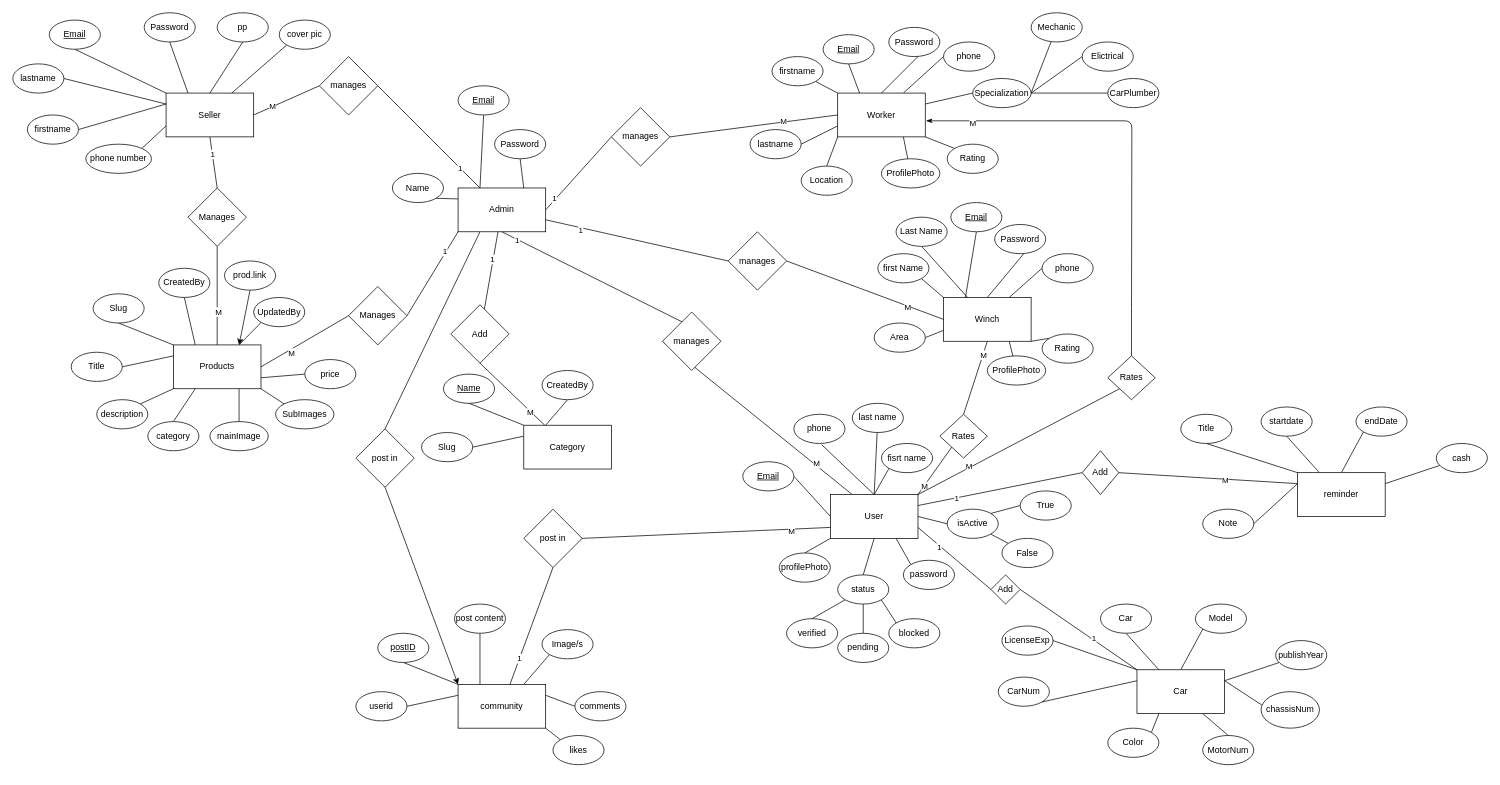
Above: ERD1.drawio in wello88/carMate-backend (draw.io), before the change. Source tidied: cells renumbered, new cells numbered last; positions are measured from the earlier drawing's top-left corner, leaving out a move shared by most shapes. Both pictures are drawn from the tidied source at 73%, with x=0, y=0 at pixel (12, 12).
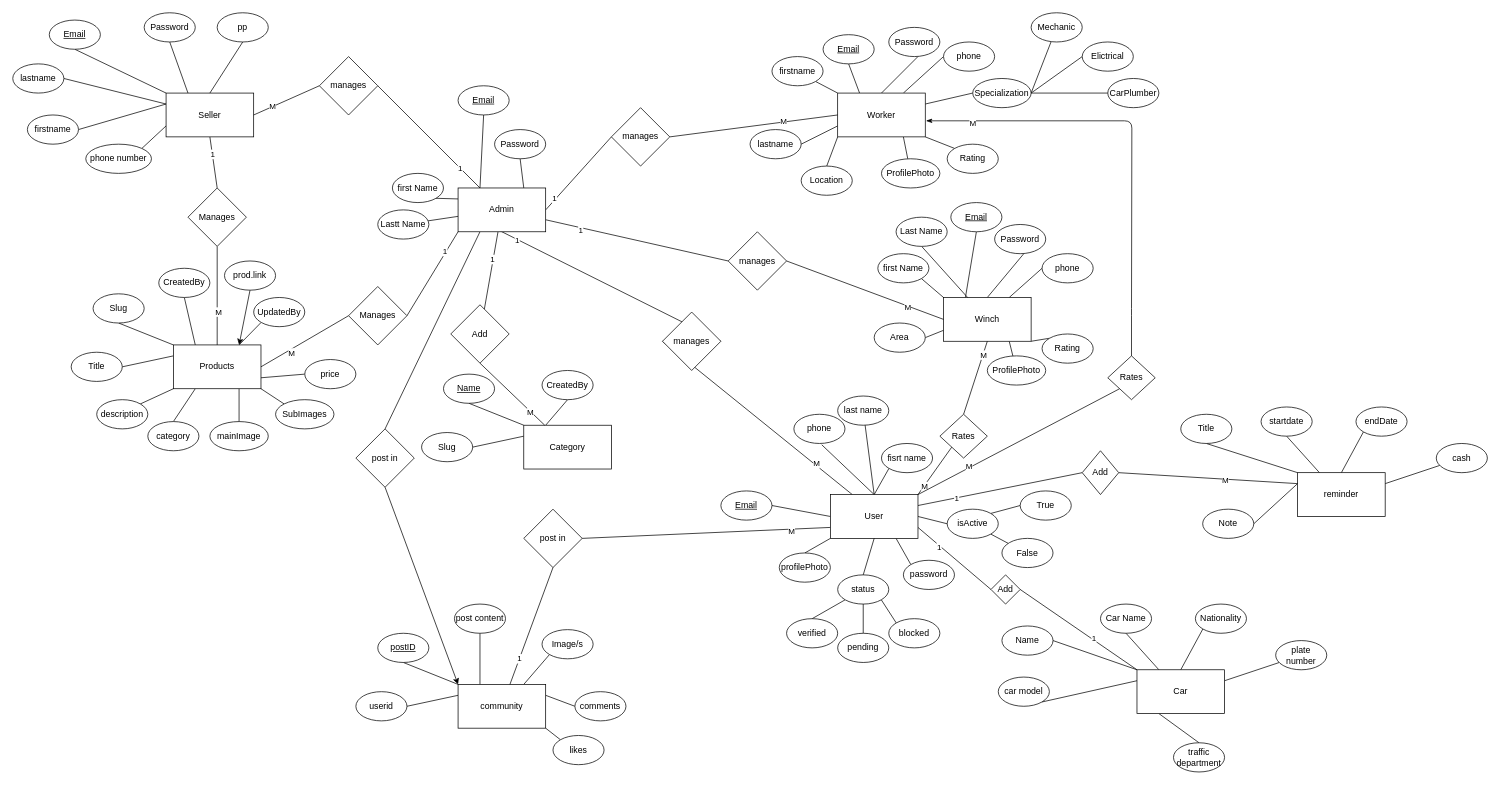
The same page after the edit.

The change refers to these unchanged cells:
```xml
<mxCell id="18" value="Admin" style="rounded=0;whiteSpace=wrap;html=1;" parent="1" vertex="1">
  <mxGeometry x="610" y="240" width="120" height="60" as="geometry" />
</mxCell>
<mxCell id="103" value="Seller" style="rounded=0;whiteSpace=wrap;html=1;" parent="1" vertex="1">
  <mxGeometry x="210" y="110" width="120" height="60" as="geometry" />
</mxCell>
<mxCell id="141" value="Car" style="rounded=0;whiteSpace=wrap;html=1;" parent="1" vertex="1">
  <mxGeometry x="1540" y="900" width="120" height="60" as="geometry" />
</mxCell>
```

The edit, as a diff of the source:
```diff
@@
-    <mxCell id="20" value="Name" style="ellipse;whiteSpace=wrap;html=1;" parent="1" vertex="1">
+    <mxCell id="20" value="first Name" style="ellipse;whiteSpace=wrap;html=1;" parent="1" vertex="1">
       <mxGeometry x="520" y="220" width="70" height="40" as="geometry" />
     </mxCell>
@@
     <mxCell id="42" value="&lt;u&gt;Email&lt;/u&gt;" style="ellipse;whiteSpace=wrap;html=1;" parent="1" vertex="1">
-      <mxGeometry x="1000" y="615" width="70" height="40" as="geometry" />
+      <mxGeometry x="970" y="655" width="70" height="40" as="geometry" />
     </mxCell>
@@
-    <mxCell id="138" style="edgeStyle=none;html=1;exitX=1;exitY=0.25;exitDx=0;exitDy=0;entryX=0.014;entryY=0.367;entryDx=0;entryDy=0;entryPerimeter=0;strokeColor=default;endArrow=none;endFill=0;" parent="1" edge="1" source="141" target="147">
-      <mxGeometry relative="1" as="geometry" />
-    </mxCell>
-    <mxCell id="139" style="edgeStyle=none;html=1;exitX=0.25;exitY=1;exitDx=0;exitDy=0;entryX=1;entryY=0;entryDx=0;entryDy=0;strokeColor=default;endArrow=none;endFill=0;" parent="1" edge="1" source="141" target="149">
+    <mxCell id="139" style="edgeStyle=none;html=1;exitX=0.25;exitY=1;exitDx=0;exitDy=0;entryX=0.5;entryY=0;entryDx=0;entryDy=0;strokeColor=default;endArrow=none;endFill=0;" parent="1" edge="1" source="141" target="149">
       <mxGeometry relative="1" as="geometry" />
     </mxCell>
-    <mxCell id="140" style="edgeStyle=none;html=1;exitX=0.75;exitY=1;exitDx=0;exitDy=0;entryX=0.5;entryY=0;entryDx=0;entryDy=0;strokeColor=default;endArrow=none;endFill=0;" parent="1" edge="1" source="141" target="148">
-      <mxGeometry relative="1" as="geometry" />
-    </mxCell>
@@
-    <mxCell id="142" value="LicenseExp" style="ellipse;whiteSpace=wrap;html=1;" parent="1" vertex="1">
+    <mxCell id="142" value="Name" style="ellipse;whiteSpace=wrap;html=1;" parent="1" vertex="1">
       <mxGeometry x="1355" y="840" width="70" height="40" as="geometry" />
     </mxCell>
-    <mxCell id="143" value="CarNum" style="ellipse;whiteSpace=wrap;html=1;" parent="1" vertex="1">
+    <mxCell id="143" value="car model" style="ellipse;whiteSpace=wrap;html=1;" parent="1" vertex="1">
       <mxGeometry x="1350" y="910" width="70" height="40" as="geometry" />
     </mxCell>
-    <mxCell id="144" value="Car" style="ellipse;whiteSpace=wrap;html=1;" parent="1" vertex="1">
+    <mxCell id="144" value="Car Name" style="ellipse;whiteSpace=wrap;html=1;" parent="1" vertex="1">
       <mxGeometry x="1490" y="810" width="70" height="40" as="geometry" />
     </mxCell>
-    <mxCell id="145" value="Model" style="ellipse;whiteSpace=wrap;html=1;" parent="1" vertex="1">
+    <mxCell id="145" value="Nationality" style="ellipse;whiteSpace=wrap;html=1;" parent="1" vertex="1">
       <mxGeometry x="1620" y="810" width="70" height="40" as="geometry" />
     </mxCell>
-    <mxCell id="146" value="publishYear" style="ellipse;whiteSpace=wrap;html=1;" parent="1" vertex="1">
+    <mxCell id="146" value="plate number" style="ellipse;whiteSpace=wrap;html=1;" parent="1" vertex="1">
       <mxGeometry x="1730" y="860" width="70" height="40" as="geometry" />
     </mxCell>
-    <mxCell id="147" value="chassisNum" style="ellipse;whiteSpace=wrap;html=1;" parent="1" vertex="1">
-      <mxGeometry x="1710" y="930" width="80" height="50" as="geometry" />
-    </mxCell>
-    <mxCell id="148" value="MotorNum" style="ellipse;whiteSpace=wrap;html=1;" parent="1" vertex="1">
-      <mxGeometry x="1630" y="990" width="70" height="40" as="geometry" />
-    </mxCell>
-    <mxCell id="149" value="Color" style="ellipse;whiteSpace=wrap;html=1;" parent="1" vertex="1">
-      <mxGeometry x="1500" y="980" width="70" height="40" as="geometry" />
+    <mxCell id="149" value="traffic department" style="ellipse;whiteSpace=wrap;html=1;" parent="1" vertex="1">
+      <mxGeometry x="1590" y="1000" width="70" height="40" as="geometry" />
     </mxCell>
@@
     <mxCell id="192" value="last name" style="ellipse;whiteSpace=wrap;html=1;" parent="1" vertex="1">
-      <mxGeometry x="1150" y="535" width="70" height="40" as="geometry" />
+      <mxGeometry x="1130" y="525" width="70" height="40" as="geometry" />
     </mxCell>
@@
-    <mxCell id="213" style="edgeStyle=none;html=1;exitX=0;exitY=1;exitDx=0;exitDy=0;entryX=0.75;entryY=0;entryDx=0;entryDy=0;endArrow=none;endFill=0;" parent="1" edge="1" source="214" target="103">
-      <mxGeometry relative="1" as="geometry" />
-    </mxCell>
-    <mxCell id="214" value="cover pic" style="ellipse;whiteSpace=wrap;html=1;" parent="1" vertex="1">
-      <mxGeometry x="365" y="10" width="70" height="40" as="geometry" />
-    </mxCell>
@@
+    <mxCell id="225" style="edgeStyle=none;html=1;endArrow=none;endFill=0;" parent="1" edge="1" source="226" target="18">
+      <mxGeometry relative="1" as="geometry" />
+    </mxCell>
+    <mxCell id="226" value="Lastt Name" style="ellipse;whiteSpace=wrap;html=1;" parent="1" vertex="1">
+      <mxGeometry x="500" y="270" width="70" height="40" as="geometry" />
+    </mxCell>
```
